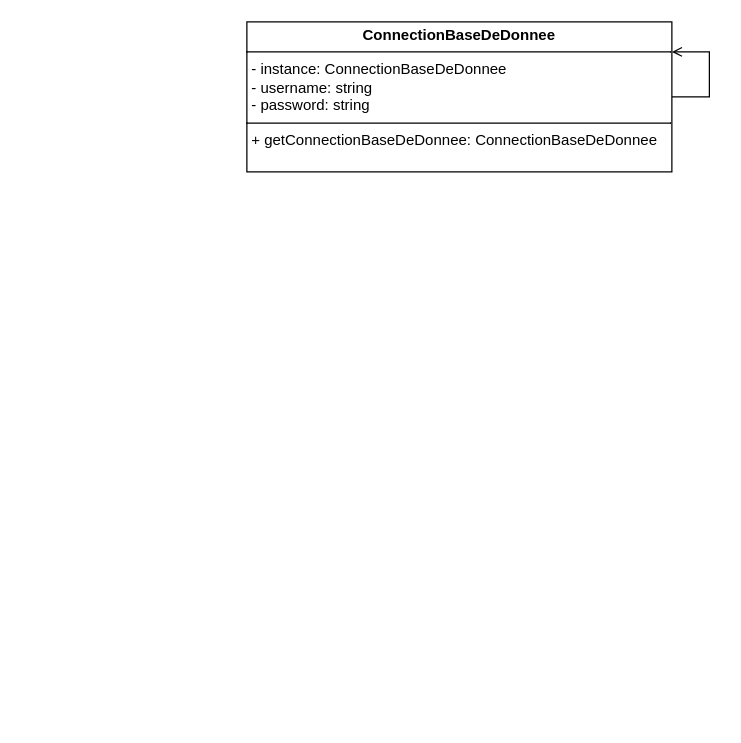
SamuelFMS/18-Dev-Design-Patern keeps this draw.io diagram as docs/DiagrammeDeClasse.drawio. Above is the earlier version. Source tidied: cells renumbered, new cells numbered last; positions are measured from the earlier drawing's top-left corner, leaving out a move shared by most shapes. Both pictures are drawn from the tidied source at 125%, with x=0, y=0 at pixel (246, 21).
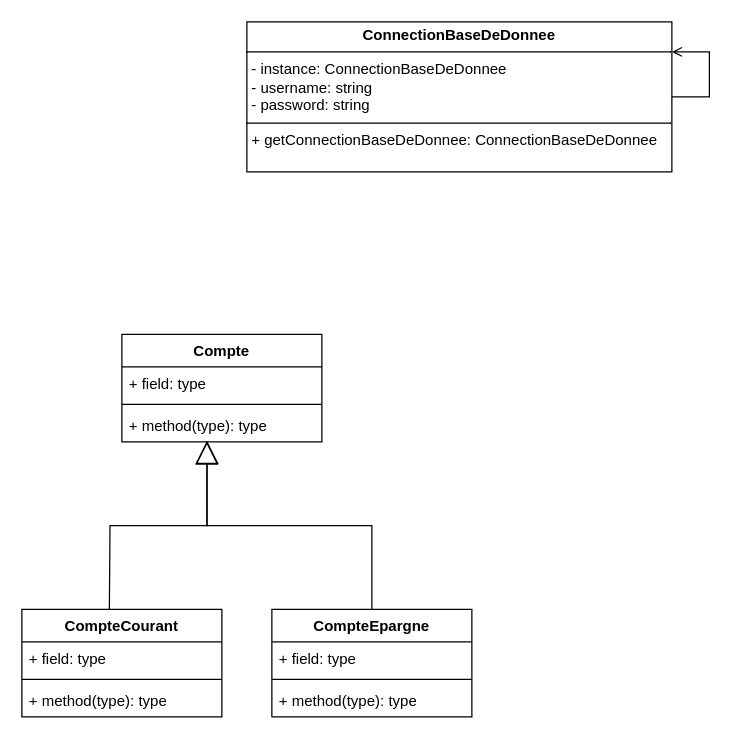
The same diagram, later.

Commit message:
docs: Ajout dans le diagramme de classe La banque propose plusieurs types de comptes : • Compte Courant • Compte Épargne en utilisant le patron de conception Factory Method

Diff of the diagram source:
```diff
@@
+    <mxCell id="4" value="Compte" style="swimlane;fontStyle=1;align=center;verticalAlign=top;horizontal=1;startSize=26;whiteSpace=wrap;html=1;" parent="1" vertex="1">
+      <mxGeometry x="-100" y="250" width="160" height="86" as="geometry" />
+    </mxCell>
+    <mxCell id="5" value="+ field: type" style="text;strokeColor=none;fillColor=none;align=left;verticalAlign=top;spacingLeft=4;spacingRight=4;overflow=hidden;whiteSpace=wrap;html=1;" parent="4" vertex="1">
+      <mxGeometry y="26" width="160" height="26" as="geometry" />
+    </mxCell>
+    <mxCell id="6" style="line;strokeWidth=1;fillColor=none;align=left;verticalAlign=middle;spacingTop=-1;spacingLeft=3;spacingRight=3;labelPosition=right;strokeColor=inherit;labelPerimeter=1;" parent="4" vertex="1">
+      <mxGeometry y="52" width="160" height="8" as="geometry" />
+    </mxCell>
+    <mxCell id="7" value="+ method(type): type" style="text;strokeColor=none;fillColor=none;align=left;verticalAlign=top;spacingLeft=4;spacingRight=4;overflow=hidden;points=[[0,0.5],[1,0.5]];portConstraint=eastwest;whiteSpace=wrap;html=1;" parent="4" vertex="1">
+      <mxGeometry y="60" width="160" height="26" as="geometry" />
+    </mxCell>
+    <mxCell id="8" value="CompteCourant" style="swimlane;fontStyle=1;align=center;verticalAlign=top;horizontal=1;startSize=26;whiteSpace=wrap;html=1;" parent="1" vertex="1">
+      <mxGeometry x="-180" y="470" width="160" height="86" as="geometry" />
+    </mxCell>
+    <mxCell id="9" style="endArrow=block;endSize=16;endFill=0;html=1;rounded=0;defaultLabelBackgroundColor=page;labelPadding=0 4;entryX=0.425;entryY=0.987;entryDx=0;entryDy=0;entryPerimeter=0;edgeStyle=orthogonalEdgeStyle;" parent="8" edge="1" target="7">
+      <mxGeometry relative="1" as="geometry">
+        <mxPoint x="70" as="sourcePoint" />
+      </mxGeometry>
+    </mxCell>
+    <mxCell id="10" value="+ field: type" style="text;strokeColor=none;fillColor=none;align=left;verticalAlign=top;spacingLeft=4;spacingRight=4;overflow=hidden;whiteSpace=wrap;html=1;" parent="8" vertex="1">
+      <mxGeometry y="26" width="160" height="26" as="geometry" />
+    </mxCell>
+    <mxCell id="11" style="line;strokeWidth=1;fillColor=none;align=left;verticalAlign=middle;spacingTop=-1;spacingLeft=3;spacingRight=3;labelPosition=right;strokeColor=inherit;labelPerimeter=1;" parent="8" vertex="1">
+      <mxGeometry y="52" width="160" height="8" as="geometry" />
+    </mxCell>
+    <mxCell id="12" value="+ method(type): type" style="text;strokeColor=none;fillColor=none;align=left;verticalAlign=top;spacingLeft=4;spacingRight=4;overflow=hidden;whiteSpace=wrap;html=1;" parent="8" vertex="1">
+      <mxGeometry y="60" width="160" height="26" as="geometry" />
+    </mxCell>
+    <mxCell id="13" value="CompteEpargne" style="swimlane;fontStyle=1;align=center;verticalAlign=top;horizontal=1;startSize=26;whiteSpace=wrap;html=1;" parent="1" vertex="1">
+      <mxGeometry x="20" y="470" width="160" height="86" as="geometry" />
+    </mxCell>
+    <mxCell id="14" value="+ field: type" style="text;strokeColor=none;fillColor=none;align=left;verticalAlign=top;spacingLeft=4;spacingRight=4;overflow=hidden;whiteSpace=wrap;html=1;" parent="13" vertex="1">
+      <mxGeometry y="26" width="160" height="26" as="geometry" />
+    </mxCell>
+    <mxCell id="15" style="line;strokeWidth=1;fillColor=none;align=left;verticalAlign=middle;spacingTop=-1;spacingLeft=3;spacingRight=3;labelPosition=right;strokeColor=inherit;labelPerimeter=1;" parent="13" vertex="1">
+      <mxGeometry y="52" width="160" height="8" as="geometry" />
+    </mxCell>
+    <mxCell id="16" value="+ method(type): type" style="text;strokeColor=none;fillColor=none;align=left;verticalAlign=top;spacingLeft=4;spacingRight=4;overflow=hidden;whiteSpace=wrap;html=1;" parent="13" vertex="1">
+      <mxGeometry y="60" width="160" height="26" as="geometry" />
+    </mxCell>
+    <mxCell id="17" style="endArrow=block;endSize=16;endFill=0;html=1;rounded=0;defaultLabelBackgroundColor=page;labelPadding=0 4;entryX=0.426;entryY=0.967;entryDx=0;entryDy=0;entryPerimeter=0;edgeStyle=orthogonalEdgeStyle;" parent="1" edge="1" source="13" target="7">
+      <mxGeometry relative="1" as="geometry" />
+    </mxCell>
```
